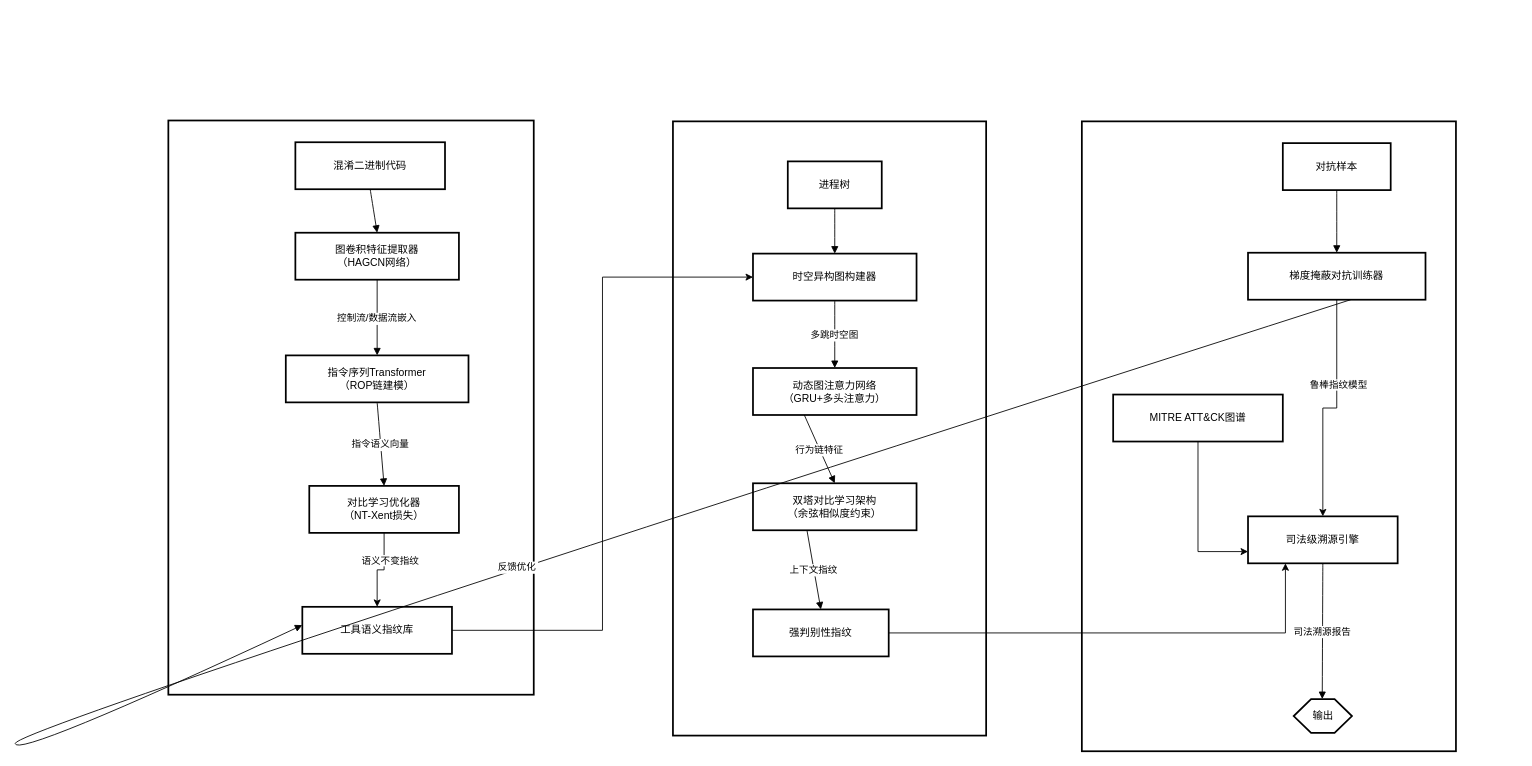
This is 高置信度指纹溯源体系.drawio from shanhuaV/shanhuaV.github.io, a draw.io file, before an edit. Source tidied: cells renumbered, new cells numbered last; positions are measured from the earlier drawing's top-left corner, leaving out a move shared by most shapes. Both pictures are drawn from the tidied source at 87%, with x=0, y=0 at pixel (15, 103).
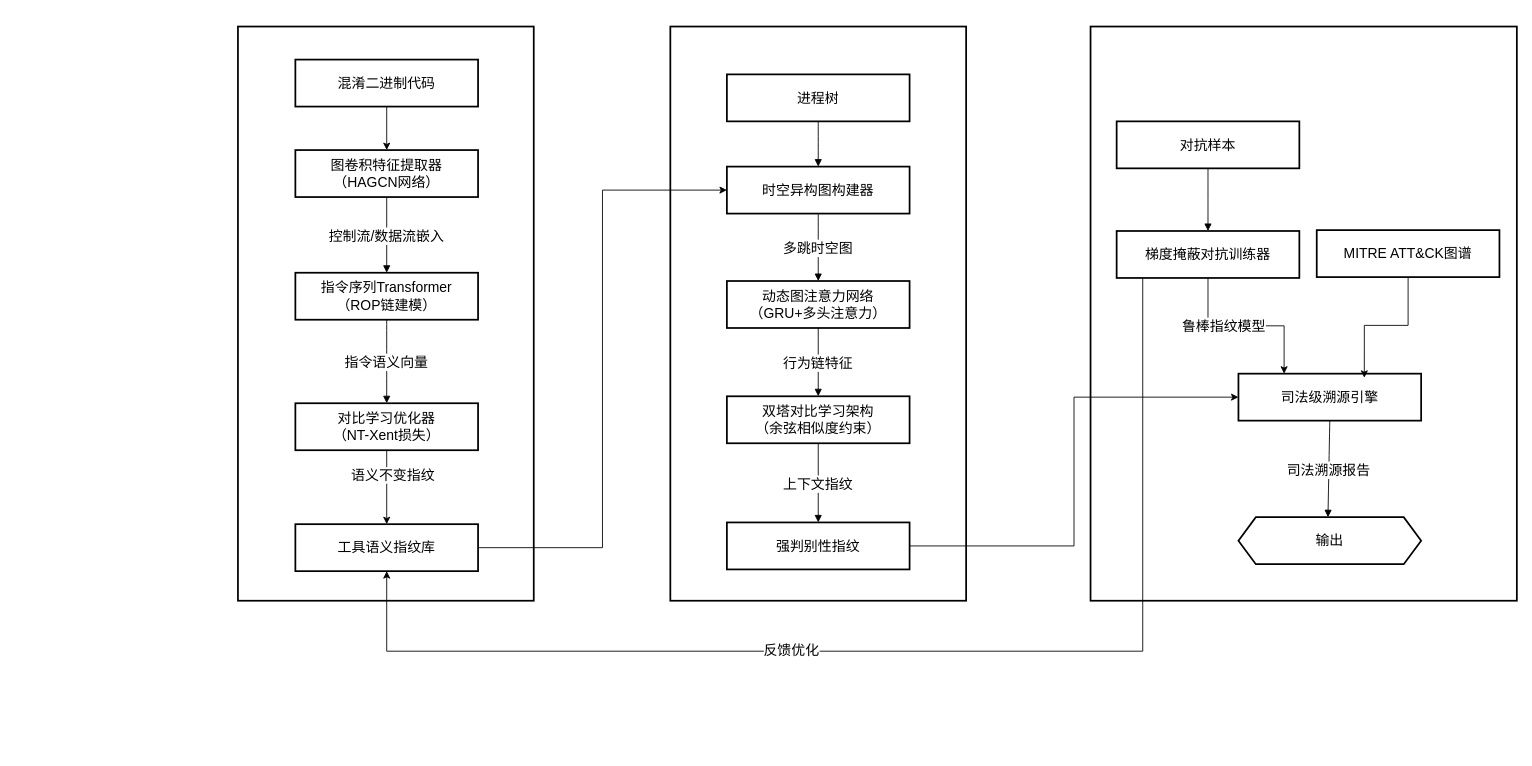
The same page after the edit.

Commit message (it also covers changes not shown here):
更新高置信度指纹溯源体系.drawio

Change to the diagram source:
```diff
@@
-    <mxCell id="2" style="whiteSpace=wrap;strokeWidth=2;" parent="1" vertex="1">
-      <mxGeometry x="1226" y="21" width="430" height="724" as="geometry" />
+    <mxCell id="2" style="whiteSpace=wrap;strokeWidth=2;fontSize=16;" parent="1" vertex="1">
+      <mxGeometry x="1236" y="-88" width="490" height="660" as="geometry" />
     </mxCell>
-    <mxCell id="3" style="whiteSpace=wrap;strokeWidth=2;" parent="1" vertex="1">
-      <mxGeometry x="756" y="21" width="360" height="706" as="geometry" />
+    <mxCell id="3" style="whiteSpace=wrap;strokeWidth=2;fontSize=16;" parent="1" vertex="1">
+      <mxGeometry x="753" y="-88" width="340" height="660" as="geometry" />
     </mxCell>
-    <mxCell id="4" style="whiteSpace=wrap;strokeWidth=2;" parent="1" vertex="1">
-      <mxGeometry x="176" y="20" width="420" height="660" as="geometry" />
+    <mxCell id="4" style="whiteSpace=wrap;strokeWidth=2;fontSize=16;" parent="1" vertex="1">
+      <mxGeometry x="256" y="-88" width="340" height="660" as="geometry" />
     </mxCell>
+    <mxCell id="37" style="edgeStyle=orthogonalEdgeStyle;rounded=0;jettySize=auto;html=1;fontSize=16;" parent="1" edge="1" source="5" target="6">
+      <mxGeometry relative="1" as="geometry" />
+    </mxCell>
-    <mxCell id="5" value="混淆二进制代码" style="whiteSpace=wrap;strokeWidth=2;" parent="1" vertex="1">
-      <mxGeometry x="322" y="45" width="172" height="54" as="geometry" />
+    <mxCell id="5" value="混淆二进制代码" style="whiteSpace=wrap;strokeWidth=2;fontSize=16;" parent="1" vertex="1">
+      <mxGeometry x="322" y="-50" width="210" height="54" as="geometry" />
     </mxCell>
-    <mxCell id="6" value="图卷积特征提取器&#10;（HAGCN网络）" style="whiteSpace=wrap;strokeWidth=2;" parent="1" vertex="1">
-      <mxGeometry x="322" y="149" width="188" height="54" as="geometry" />
+    <mxCell id="6" value="图卷积特征提取器&#10;（HAGCN网络）" style="whiteSpace=wrap;strokeWidth=2;fontSize=16;" parent="1" vertex="1">
+      <mxGeometry x="322" y="54" width="210" height="54" as="geometry" />
     </mxCell>
-    <mxCell id="7" value="指令序列Transformer&#10;（ROP链建模）" style="whiteSpace=wrap;strokeWidth=2;" parent="1" vertex="1">
-      <mxGeometry x="311" y="290" width="210" height="54" as="geometry" />
+    <mxCell id="7" value="指令序列Transformer&#10;（ROP链建模）" style="whiteSpace=wrap;strokeWidth=2;fontSize=16;" parent="1" vertex="1">
+      <mxGeometry x="322" y="195" width="210" height="54" as="geometry" />
     </mxCell>
-    <mxCell id="8" style="edgeStyle=orthogonalEdgeStyle;rounded=0;jettySize=auto;html=1;" parent="1" edge="1" source="10" target="12">
+    <mxCell id="8" style="edgeStyle=orthogonalEdgeStyle;rounded=0;jettySize=auto;html=1;fontSize=16;" parent="1" edge="1" source="10" target="12">
       <mxGeometry relative="1" as="geometry" />
     </mxCell>
-    <mxCell id="9" value="语义不变指纹" style="edgeLabel;html=1;align=center;verticalAlign=middle;" parent="8" vertex="1">
+    <mxCell id="9" value="语义不变指纹" style="edgeLabel;html=1;align=center;verticalAlign=middle;fontSize=16;" parent="8" vertex="1">
       <mxGeometry x="-0.31" y="6" relative="1" as="geometry">
         <mxPoint y="-1" as="offset" />
       </mxGeometry>
     </mxCell>
-    <mxCell id="10" value="对比学习优化器&#10;（NT-Xent损失）" style="whiteSpace=wrap;strokeWidth=2;" parent="1" vertex="1">
-      <mxGeometry x="338" y="440" width="172" height="54" as="geometry" />
+    <mxCell id="10" value="对比学习优化器&#10;（NT-Xent损失）" style="whiteSpace=wrap;strokeWidth=2;fontSize=16;" parent="1" vertex="1">
+      <mxGeometry x="322" y="345" width="210" height="54" as="geometry" />
     </mxCell>
-    <mxCell id="11" style="edgeStyle=orthogonalEdgeStyle;rounded=0;jettySize=auto;html=1;entryX=0;entryY=0.5;entryDx=0;entryDy=0;" parent="1" edge="1" source="12" target="14">
+    <mxCell id="11" style="edgeStyle=orthogonalEdgeStyle;rounded=0;jettySize=auto;html=1;entryX=0;entryY=0.5;entryDx=0;entryDy=0;fontSize=16;" parent="1" edge="1" source="12" target="14">
       <mxGeometry relative="1" as="geometry" />
     </mxCell>
-    <mxCell id="12" value="工具语义指纹库" style="whiteSpace=wrap;strokeWidth=2;" parent="1" vertex="1">
-      <mxGeometry x="330" y="579" width="172" height="54" as="geometry" />
+    <mxCell id="12" value="工具语义指纹库" style="whiteSpace=wrap;strokeWidth=2;fontSize=16;" parent="1" vertex="1">
+      <mxGeometry x="322" y="484" width="210" height="54" as="geometry" />
     </mxCell>
-    <mxCell id="13" value="进程树" style="whiteSpace=wrap;strokeWidth=2;" parent="1" vertex="1">
-      <mxGeometry x="888" y="67" width="108" height="54" as="geometry" />
+    <mxCell id="13" value="进程树" style="whiteSpace=wrap;strokeWidth=2;fontSize=16;" parent="1" vertex="1">
+      <mxGeometry x="818" y="-33" width="210" height="54" as="geometry" />
     </mxCell>
-    <mxCell id="14" value="时空异构图构建器" style="whiteSpace=wrap;strokeWidth=2;" parent="1" vertex="1">
-      <mxGeometry x="848" y="173" width="188" height="54" as="geometry" />
+    <mxCell id="14" value="时空异构图构建器" style="whiteSpace=wrap;strokeWidth=2;fontSize=16;" parent="1" vertex="1">
+      <mxGeometry x="818" y="73" width="210" height="54" as="geometry" />
     </mxCell>
-    <mxCell id="15" value="动态图注意力网络&#10;（GRU+多头注意力）" style="whiteSpace=wrap;strokeWidth=2;" parent="1" vertex="1">
-      <mxGeometry x="848" y="304.5" width="188" height="54" as="geometry" />
+    <mxCell id="15" value="动态图注意力网络&#10;（GRU+多头注意力）" style="whiteSpace=wrap;strokeWidth=2;fontSize=16;" parent="1" vertex="1">
+      <mxGeometry x="818" y="204.5" width="210" height="54" as="geometry" />
     </mxCell>
-    <mxCell id="16" value="双塔对比学习架构&#10;（余弦相似度约束）" style="whiteSpace=wrap;strokeWidth=2;" parent="1" vertex="1">
-      <mxGeometry x="848" y="437" width="188" height="54" as="geometry" />
+    <mxCell id="16" value="双塔对比学习架构&#10;（余弦相似度约束）" style="whiteSpace=wrap;strokeWidth=2;fontSize=16;" parent="1" vertex="1">
+      <mxGeometry x="818" y="337" width="210" height="54" as="geometry" />
     </mxCell>
-    <mxCell id="17" style="edgeStyle=orthogonalEdgeStyle;rounded=0;jettySize=auto;html=1;entryX=0.25;entryY=1;entryDx=0;entryDy=0;" parent="1" edge="1" source="18" target="23">
+    <mxCell id="17" style="edgeStyle=orthogonalEdgeStyle;rounded=0;jettySize=auto;html=1;entryX=0;entryY=0.5;entryDx=0;entryDy=0;fontSize=16;" parent="1" edge="1" source="18" target="23">
       <mxGeometry relative="1" as="geometry" />
     </mxCell>
-    <mxCell id="18" value="强判别性指纹" style="whiteSpace=wrap;strokeWidth=2;" parent="1" vertex="1">
-      <mxGeometry x="848" y="582" width="156" height="54" as="geometry" />
+    <mxCell id="18" value="强判别性指纹" style="whiteSpace=wrap;strokeWidth=2;fontSize=16;" parent="1" vertex="1">
+      <mxGeometry x="818" y="482" width="210" height="54" as="geometry" />
     </mxCell>
-    <mxCell id="19" value="对抗样本" style="whiteSpace=wrap;strokeWidth=2;" parent="1" vertex="1">
-      <mxGeometry x="1457" y="46" width="124" height="54" as="geometry" />
+    <mxCell id="19" value="对抗样本" style="whiteSpace=wrap;strokeWidth=2;fontSize=16;" parent="1" vertex="1">
+      <mxGeometry x="1266" y="21" width="210" height="54" as="geometry" />
     </mxCell>
-    <mxCell id="20" style="edgeStyle=orthogonalEdgeStyle;rounded=0;jettySize=auto;html=1;exitX=0.5;exitY=1;exitDx=0;exitDy=0;" parent="1" edge="1" source="22" target="23">
+    <mxCell id="20" style="edgeStyle=orthogonalEdgeStyle;rounded=0;jettySize=auto;html=1;exitX=0.5;exitY=1;exitDx=0;exitDy=0;fontSize=16;entryX=0.25;entryY=0;entryDx=0;entryDy=0;" parent="1" edge="1" source="22" target="23">
       <mxGeometry relative="1" as="geometry" />
     </mxCell>
-    <mxCell id="21" value="鲁棒指纹模型" style="edgeLabel;html=1;align=center;verticalAlign=middle;" parent="20" vertex="1">
+    <mxCell id="21" value="鲁棒指纹模型" style="edgeLabel;html=1;align=center;verticalAlign=middle;fontSize=16;" parent="20" vertex="1">
       <mxGeometry x="-0.27" y="1" relative="1" as="geometry" />
     </mxCell>
+    <mxCell id="47" style="edgeStyle=orthogonalEdgeStyle;rounded=0;jettySize=auto;html=1;entryX=0.5;entryY=1;entryDx=0;entryDy=0;fontSize=16;" parent="1" edge="1" source="22" target="12">
+      <mxGeometry relative="1" as="geometry">
+        <Array as="points">
+          <mxPoint x="1296" y="630" />
+          <mxPoint x="427" y="630" />
+        </Array>
+      </mxGeometry>
+    </mxCell>
+    <mxCell id="46" value="反馈优化" style="edgeLabel;html=1;align=center;verticalAlign=middle;fontSize=16;" parent="47" vertex="1">
+      <mxGeometry x="0.2" y="-2" relative="1" as="geometry" />
+    </mxCell>
-    <mxCell id="22" value="梯度掩蔽对抗训练器" style="whiteSpace=wrap;strokeWidth=2;" parent="1" vertex="1">
-      <mxGeometry x="1417" y="172" width="204" height="54" as="geometry" />
+    <mxCell id="22" value="梯度掩蔽对抗训练器" style="whiteSpace=wrap;strokeWidth=2;fontSize=16;" parent="1" vertex="1">
+      <mxGeometry x="1266" y="147" width="210" height="54" as="geometry" />
     </mxCell>
-    <mxCell id="23" value="司法级溯源引擎" style="whiteSpace=wrap;strokeWidth=2;" parent="1" vertex="1">
-      <mxGeometry x="1417" y="475" width="172" height="54" as="geometry" />
+    <mxCell id="23" value="司法级溯源引擎" style="whiteSpace=wrap;strokeWidth=2;fontSize=16;" parent="1" vertex="1">
+      <mxGeometry x="1406" y="311" width="210" height="54" as="geometry" />
     </mxCell>
-    <mxCell id="24" value="输出" style="shape=hexagon;perimeter=hexagonPerimeter2;fixedSize=1;strokeWidth=2;whiteSpace=wrap;" parent="1" vertex="1">
-      <mxGeometry x="1469.5" y="685" width="67" height="39" as="geometry" />
+    <mxCell id="24" value="输出" style="shape=hexagon;perimeter=hexagonPerimeter2;fixedSize=1;strokeWidth=2;whiteSpace=wrap;fontSize=16;" parent="1" vertex="1">
+      <mxGeometry x="1406" y="476" width="210" height="54" as="geometry" />
     </mxCell>
-    <mxCell id="25" style="edgeStyle=orthogonalEdgeStyle;rounded=0;jettySize=auto;html=1;entryX=0;entryY=0.75;entryDx=0;entryDy=0;" parent="1" edge="1" source="26" target="23">
-      <mxGeometry relative="1" as="geometry" />
-    </mxCell>
-    <mxCell id="26" value="MITRE ATT&amp;CK图谱" style="whiteSpace=wrap;strokeWidth=2;" parent="1" vertex="1">
-      <mxGeometry x="1262" y="335" width="195" height="54" as="geometry" />
+    <mxCell id="26" value="MITRE ATT&amp;CK图谱" style="whiteSpace=wrap;strokeWidth=2;fontSize=16;" parent="1" vertex="1">
+      <mxGeometry x="1496" y="146" width="210" height="54" as="geometry" />
     </mxCell>
-    <mxCell id="27" style="whiteSpace=wrap;strokeWidth=2;" parent="1" vertex="1">
+    <mxCell id="27" style="whiteSpace=wrap;strokeWidth=2;fontSize=16;" parent="1" vertex="1">
       <mxGeometry x="647" y="328" as="geometry" />
     </mxCell>
-    <mxCell id="28" style="whiteSpace=wrap;strokeWidth=2;" parent="1" vertex="1">
+    <mxCell id="28" style="whiteSpace=wrap;strokeWidth=2;fontSize=16;" parent="1" vertex="1">
       <mxGeometry x="678" y="454" as="geometry" />
     </mxCell>
-    <mxCell id="29" style="whiteSpace=wrap;strokeWidth=2;" parent="1" vertex="1">
-      <mxGeometry x="507" y="454" as="geometry" />
+    <mxCell id="29" style="whiteSpace=wrap;strokeWidth=2;fontSize=16;" parent="1" vertex="1">
+      <mxGeometry x="507" y="359" as="geometry" />
     </mxCell>
-    <mxCell id="30" style="whiteSpace=wrap;strokeWidth=2;" parent="1" vertex="1">
-      <mxGeometry x="538" y="606" as="geometry" />
+    <mxCell id="30" style="whiteSpace=wrap;strokeWidth=2;fontSize=16;" parent="1" vertex="1">
+      <mxGeometry x="538" y="511" as="geometry" />
     </mxCell>
-    <mxCell id="31" style="whiteSpace=wrap;strokeWidth=2;" parent="1" vertex="1">
-      <mxGeometry x="372" y="606" as="geometry" />
+    <mxCell id="31" style="whiteSpace=wrap;strokeWidth=2;fontSize=16;" parent="1" vertex="1">
+      <mxGeometry x="372" y="511" as="geometry" />
     </mxCell>
-    <mxCell id="32" style="whiteSpace=wrap;strokeWidth=2;" parent="1" vertex="1">
-      <mxGeometry x="965" as="geometry" />
+    <mxCell id="32" style="whiteSpace=wrap;strokeWidth=2;fontSize=16;" parent="1" vertex="1">
+      <mxGeometry x="935" y="-100" as="geometry" />
     </mxCell>
-    <mxCell id="33" style="whiteSpace=wrap;strokeWidth=2;" parent="1" vertex="1">
-      <mxGeometry x="1076" y="478" as="geometry" />
+    <mxCell id="33" style="whiteSpace=wrap;strokeWidth=2;fontSize=16;" parent="1" vertex="1">
+      <mxGeometry x="1046" y="378" as="geometry" />
     </mxCell>
-    <mxCell id="34" style="whiteSpace=wrap;strokeWidth=2;" parent="1" vertex="1">
-      <mxGeometry x="1117" y="605" as="geometry" />
+    <mxCell id="34" style="whiteSpace=wrap;strokeWidth=2;fontSize=16;" parent="1" vertex="1">
+      <mxGeometry x="1087" y="505" as="geometry" />
     </mxCell>
-    <mxCell id="35" style="whiteSpace=wrap;strokeWidth=2;" parent="1" vertex="1">
-      <mxGeometry x="917" y="605" as="geometry" />
+    <mxCell id="35" style="whiteSpace=wrap;strokeWidth=2;fontSize=16;" parent="1" vertex="1">
+      <mxGeometry x="887" y="505" as="geometry" />
     </mxCell>
-    <mxCell id="36" style="whiteSpace=wrap;strokeWidth=2;" parent="1" vertex="1">
-      <mxGeometry x="956" y="731" as="geometry" />
+    <mxCell id="36" style="whiteSpace=wrap;strokeWidth=2;fontSize=16;" parent="1" vertex="1">
+      <mxGeometry x="926" y="631" as="geometry" />
     </mxCell>
-    <mxCell id="37" style="curved=1;startArrow=none;endArrow=block;exitX=0.5;exitY=1;entryX=0.5;entryY=0;rounded=0;" parent="1" edge="1" source="5" target="6">
-      <mxGeometry relative="1" as="geometry" />
-    </mxCell>
-    <mxCell id="38" value="控制流/数据流嵌入" style="startArrow=none;endArrow=block;exitX=0.5;exitY=1;entryX=0.5;entryY=-0.01;rounded=0;exitDx=0;exitDy=0;" parent="1" edge="1" source="6" target="7">
+    <mxCell id="38" value="控制流/数据流嵌入" style="startArrow=none;endArrow=block;exitX=0.5;exitY=1;entryX=0.5;entryY=0;rounded=0;exitDx=0;exitDy=0;fontSize=16;entryDx=0;entryDy=0;" parent="1" edge="1" source="6" target="7">
       <mxGeometry relative="1" as="geometry" />
     </mxCell>
-    <mxCell id="39" value="指令语义向量" style="curved=1;startArrow=none;endArrow=block;exitX=0.5;exitY=1;entryX=0.5;entryY=0.01;rounded=0;exitDx=0;exitDy=0;" parent="1" edge="1" source="7" target="10">
+    <mxCell id="39" value="指令语义向量" style="curved=1;startArrow=none;endArrow=block;exitX=0.5;exitY=1;entryX=0.5;entryY=0.01;rounded=0;exitDx=0;exitDy=0;fontSize=16;" parent="1" edge="1" source="7" target="10">
       <mxGeometry relative="1" as="geometry" />
     </mxCell>
-    <mxCell id="40" style="curved=1;startArrow=none;endArrow=block;exitX=0.5;exitY=1;entryX=0.5;entryY=-0.01;rounded=0;" parent="1" edge="1" source="13" target="14">
+    <mxCell id="40" style="curved=1;startArrow=none;endArrow=block;exitX=0.5;exitY=1;entryX=0.5;entryY=-0.01;rounded=0;fontSize=16;" parent="1" edge="1" source="13" target="14">
       <mxGeometry relative="1" as="geometry" />
     </mxCell>
-    <mxCell id="41" value="多跳时空图" style="curved=1;startArrow=none;endArrow=block;exitX=0.5;exitY=0.99;entryX=0.5;entryY=0.01;rounded=0;" parent="1" edge="1" source="14" target="15">
+    <mxCell id="41" value="多跳时空图" style="curved=1;startArrow=none;endArrow=block;exitX=0.5;exitY=0.99;entryX=0.5;entryY=0.01;rounded=0;fontSize=16;" parent="1" edge="1" source="14" target="15">
       <mxGeometry relative="1" as="geometry" />
     </mxCell>
-    <mxCell id="42" value="行为链特征" style="startArrow=none;endArrow=block;exitX=0.31;exitY=1.01;entryX=0.5;entryY=0;rounded=0;" parent="1" edge="1" source="15" target="16">
+    <mxCell id="42" value="行为链特征" style="startArrow=none;endArrow=block;exitX=0.5;exitY=1;entryX=0.5;entryY=0;rounded=0;fontSize=16;exitDx=0;exitDy=0;" parent="1" edge="1" source="15" target="16">
       <mxGeometry relative="1" as="geometry" />
     </mxCell>
-    <mxCell id="43" value="上下文指纹" style="startArrow=none;endArrow=block;exitX=0.33;exitY=1;entryX=0.5;entryY=-0.01;rounded=0;" parent="1" edge="1" source="16" target="18">
+    <mxCell id="43" value="上下文指纹" style="startArrow=none;endArrow=block;exitX=0.5;exitY=1;entryX=0.5;entryY=-0.01;rounded=0;fontSize=16;exitDx=0;exitDy=0;" parent="1" edge="1" source="16" target="18">
       <mxGeometry relative="1" as="geometry" />
     </mxCell>
-    <mxCell id="44" style="curved=1;startArrow=none;endArrow=block;exitX=0.5;exitY=0.99;entryX=0.5;entryY=0.01;rounded=0;" parent="1" edge="1" source="19" target="22">
+    <mxCell id="44" style="curved=1;startArrow=none;endArrow=block;exitX=0.5;exitY=0.99;entryX=0.5;entryY=0.01;rounded=0;fontSize=16;" parent="1" edge="1" source="19" target="22">
       <mxGeometry relative="1" as="geometry" />
     </mxCell>
-    <mxCell id="45" value="司法溯源报告" style="curved=1;startArrow=none;endArrow=block;exitX=0.5;exitY=1.01;entryX=0.49;entryY=0;rounded=0;" parent="1" edge="1" source="23" target="24">
+    <mxCell id="45" value="司法溯源报告" style="curved=1;startArrow=none;endArrow=block;exitX=0.5;exitY=1.01;entryX=0.49;entryY=0;rounded=0;fontSize=16;" parent="1" edge="1" source="23" target="24">
       <mxGeometry relative="1" as="geometry" />
     </mxCell>
-    <mxCell id="46" value="反馈优化" style="curved=1;startArrow=none;endArrow=block;exitX=0.58;exitY=1.01;entryX=0;entryY=0.39;rounded=0;" parent="1" edge="1" source="22" target="12">
-      <mxGeometry relative="1" as="geometry">
-        <Array as="points">
-          <mxPoint y="718" />
-          <mxPoint y="754" />
-        </Array>
-      </mxGeometry>
-    </mxCell>
+    <mxCell id="25" style="edgeStyle=orthogonalEdgeStyle;rounded=0;jettySize=auto;html=1;entryX=0.689;entryY=0.088;entryDx=0;entryDy=0;entryPerimeter=0;fontSize=16;" parent="1" edge="1" source="26" target="23">
+      <mxGeometry relative="1" as="geometry" />
+    </mxCell>
```
